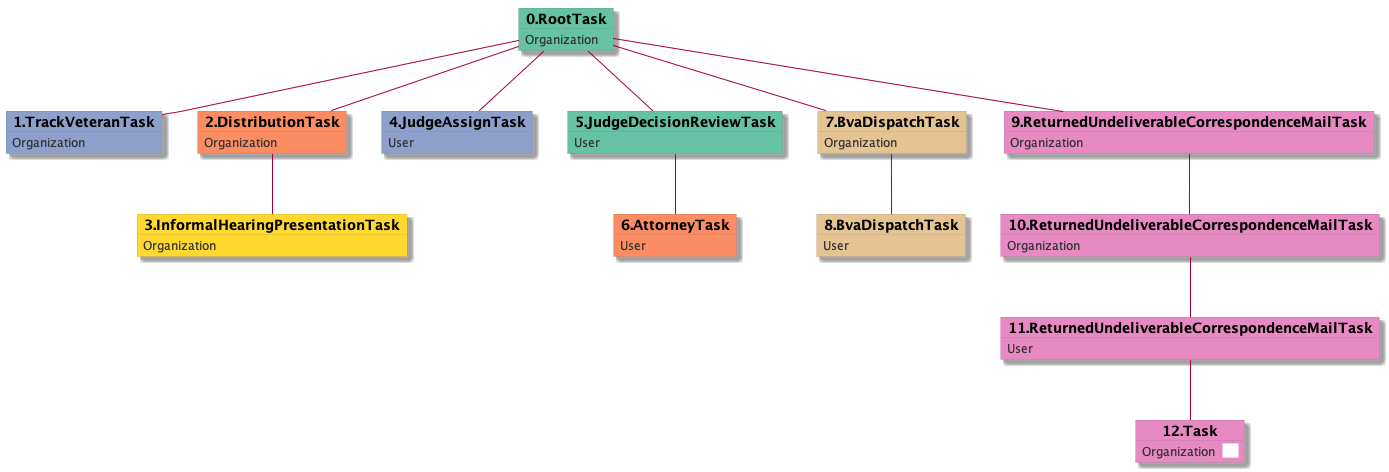
The PlantUML diagram docs-DR/uml/RTO.TVTO.DTO.IHPTO.JATU.JDRTU.ATU.BDTO.BDTU.RUCMTO.RUCMTO.RUCMTU.TO-29665.png in yoomlam/graphing, before a commit.
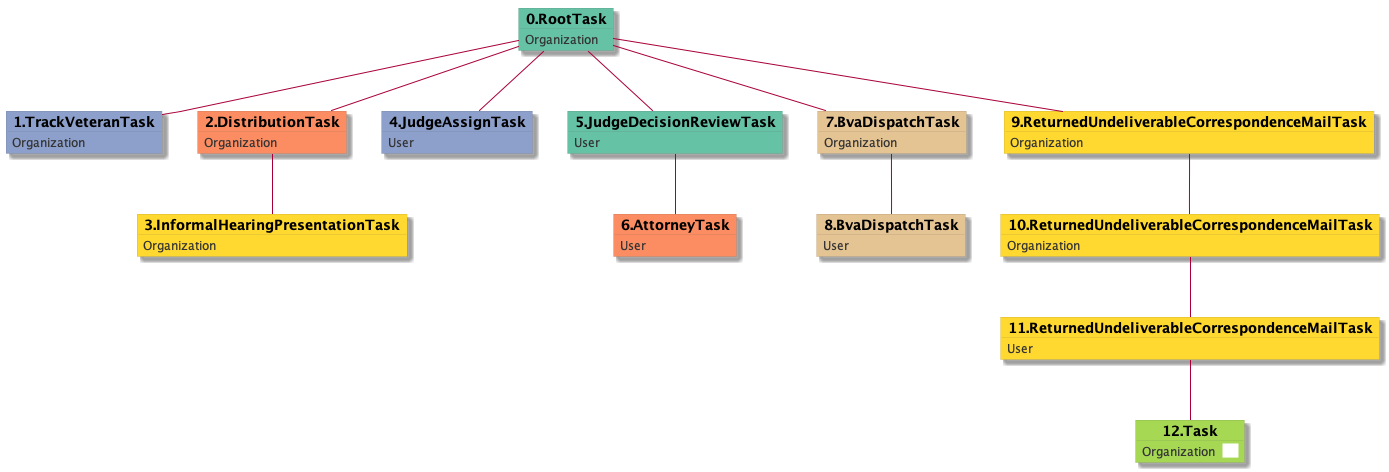
The same file after the commit.

The edit, as a diff of the source:
```diff
@@ -34,16 +34,16 @@
   object 8.BvaDispatchTask #e5c494 {
 User
 }
-  object 9.ReturnedUndeliverableCorrespondenceMailTask #e78ac3 {
+  object 9.ReturnedUndeliverableCorrespondenceMailTask #ffd92f {
 Organization
 }
-  object 10.ReturnedUndeliverableCorrespondenceMailTask #e78ac3 {
+  object 10.ReturnedUndeliverableCorrespondenceMailTask #ffd92f {
 Organization
 }
-  object 11.ReturnedUndeliverableCorrespondenceMailTask #e78ac3 {
+  object 11.ReturnedUndeliverableCorrespondenceMailTask #ffd92f {
 User
 }
-  object 12.Task #e78ac3 {
+  object 12.Task #a6d854 {
 Organization  <back:white>    </back>
 }
 0.RootTask -- 1.TrackVeteranTask
```
